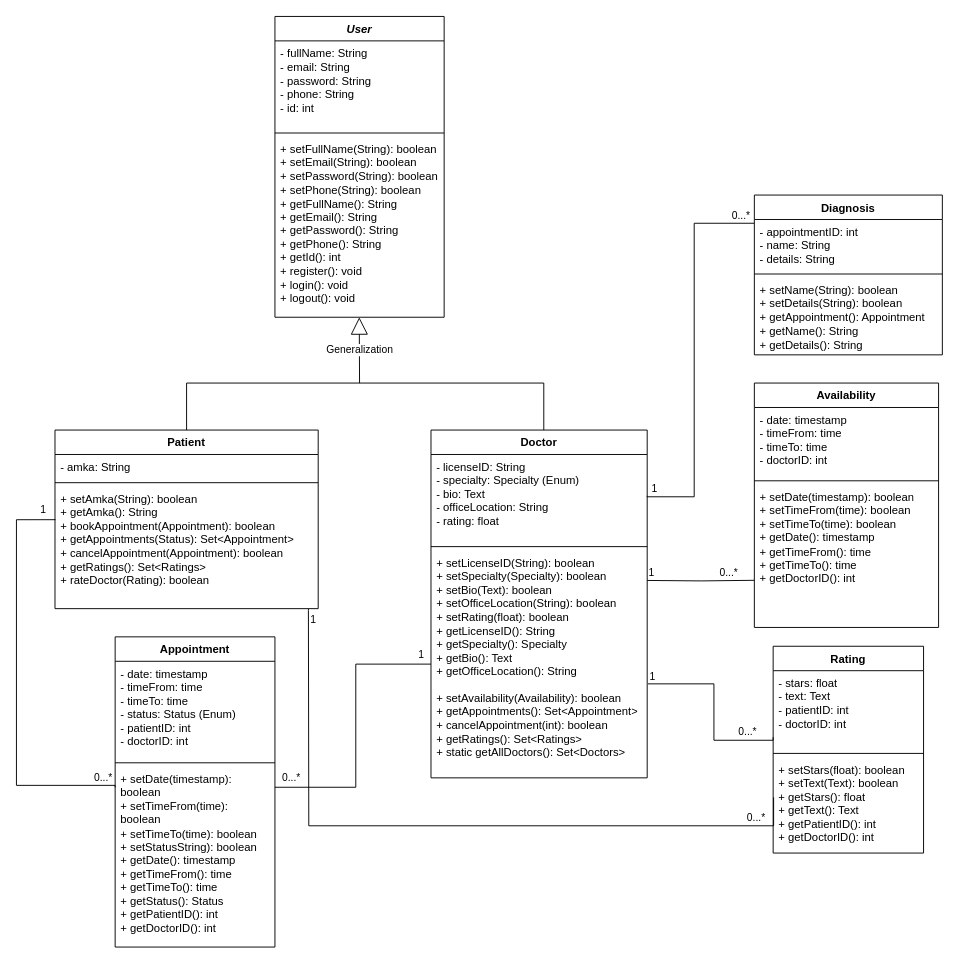
Earlier version of the draw.io diagram diagrams/Class_Diagram1.drawio (dimitry-lzs/seBackend). Source tidied: cells renumbered, new cells numbered last; positions are measured from the earlier drawing's top-left corner, leaving out a move shared by most shapes. Both pictures are drawn from the tidied source at 94%, with x=0, y=0 at pixel (16, 16).
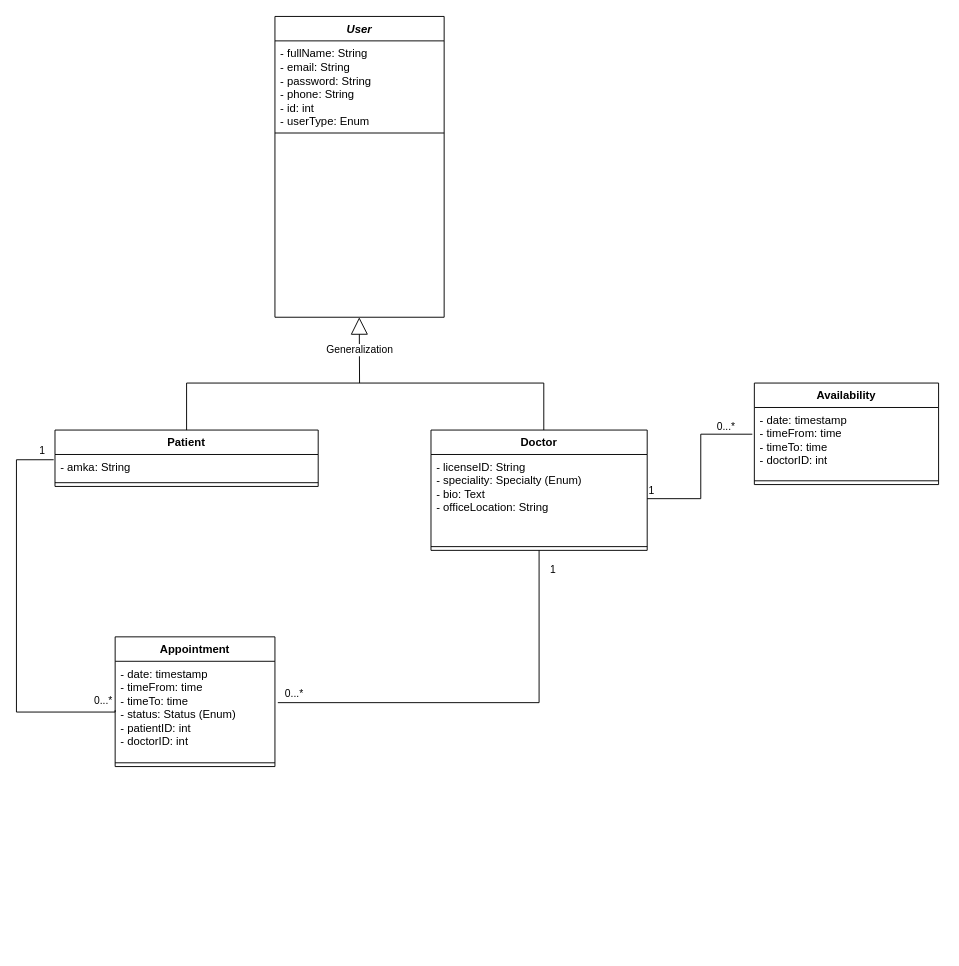
Above is the later version.

Commit message (it also covers changes not shown here):
remove some classes from early versions

Unchanged cells that the change refers to:
```xml
<mxCell id="2" value="&lt;i&gt;User&lt;/i&gt;" style="swimlane;fontStyle=1;align=center;verticalAlign=top;horizontal=1;startSize=26;whiteSpace=wrap;html=1;" parent="1" vertex="1">
  <mxGeometry x="275" width="180" height="320" as="geometry" />
</mxCell>
<mxCell id="11" value="- amka: String" style="text;strokeColor=none;fillColor=none;align=left;verticalAlign=top;spacingLeft=4;spacingRight=4;overflow=hidden;points=[[0,0.5],[1,0.5]];portConstraint=eastwest;whiteSpace=wrap;html=1;" parent="10" vertex="1">
  <mxGeometry y="26" width="280" height="26" as="geometry" />
</mxCell>
<mxCell id="15" value="- date: timestamp&lt;div&gt;- timeFrom: time&lt;/div&gt;&lt;div&gt;- timeTo: time&lt;/div&gt;&lt;div&gt;- status: Status (Enum)&lt;/div&gt;&lt;div&gt;- patientID: int&lt;/div&gt;&lt;div&gt;- doctorID: int&amp;nbsp;&lt;/div&gt;" style="text;strokeColor=none;fillColor=none;align=left;verticalAlign=top;spacingLeft=4;spacingRight=4;overflow=hidden;points=[[0,0.5],[1,0.5]];portConstraint=eastwest;whiteSpace=wrap;html=1;" parent="14" vertex="1">
  <mxGeometry y="26" width="170" height="104" as="geometry" />
</mxCell>
<mxCell id="19" value="- date: timestamp&lt;div&gt;- timeFrom: time&lt;/div&gt;&lt;div&gt;- timeTo: time&lt;/div&gt;&lt;div&gt;- doctorID: int&lt;/div&gt;" style="text;strokeColor=none;fillColor=none;align=left;verticalAlign=top;spacingLeft=4;spacingRight=4;overflow=hidden;points=[[0,0.5],[1,0.5]];portConstraint=eastwest;whiteSpace=wrap;html=1;" parent="18" vertex="1">
  <mxGeometry y="26" width="196" height="74" as="geometry" />
</mxCell>
```

The edit, as a diff of the source:
```diff
@@
-    <mxCell id="3" value="- fullName: String&lt;div&gt;- email: String&lt;/div&gt;&lt;div&gt;- password: String&lt;/div&gt;&lt;div&gt;- phone: String&lt;/div&gt;&lt;div&gt;- id: int&lt;/div&gt;" style="text;strokeColor=none;fillColor=none;align=left;verticalAlign=top;spacingLeft=4;spacingRight=4;overflow=hidden;whiteSpace=wrap;html=1;" parent="2" vertex="1">
+    <mxCell id="3" value="- fullName: String&lt;div&gt;- email: String&lt;/div&gt;&lt;div&gt;- password: String&lt;/div&gt;&lt;div&gt;- phone: String&lt;/div&gt;&lt;div&gt;- id: int&lt;/div&gt;&lt;div&gt;- userType: Enum&lt;/div&gt;" style="text;strokeColor=none;fillColor=none;align=left;verticalAlign=top;spacingLeft=4;spacingRight=4;overflow=hidden;whiteSpace=wrap;html=1;" parent="2" vertex="1">
       <mxGeometry y="26" width="180" height="94" as="geometry" />
     </mxCell>
@@
-    <mxCell id="5" value="&lt;div&gt;+ setFullName(String): boolean&lt;/div&gt;&lt;div&gt;&lt;div&gt;+ setEmail(String): boolean&lt;/div&gt;&lt;/div&gt;&lt;div&gt;&lt;div&gt;+ setPassword(String): boolean&lt;/div&gt;&lt;/div&gt;&lt;div&gt;&lt;div&gt;+ setPhone(String): boolean&lt;/div&gt;&lt;/div&gt;&lt;div&gt;&lt;div&gt;+ getFullName(): String&lt;/div&gt;&lt;div&gt;+ getEmail(): String&lt;/div&gt;&lt;div&gt;+ getPassword(): String&lt;/div&gt;&lt;div&gt;+ getPhone(): String&lt;/div&gt;&lt;/div&gt;&lt;div&gt;+ getId(): int&lt;/div&gt;+ register(): void&lt;div&gt;&lt;div&gt;&lt;div&gt;+ login(): void&lt;div&gt;+ logout(): void&lt;div&gt;&lt;br&gt;&lt;/div&gt;&lt;/div&gt;&lt;/div&gt;&lt;/div&gt;&lt;/div&gt;" style="text;strokeColor=none;fillColor=none;align=left;verticalAlign=top;spacingLeft=4;spacingRight=4;overflow=hidden;whiteSpace=wrap;html=1;" parent="2" vertex="1">
+    <mxCell id="5" value="&lt;div&gt;&lt;br&gt;&lt;/div&gt;" style="text;strokeColor=none;fillColor=none;align=left;verticalAlign=top;spacingLeft=4;spacingRight=4;overflow=hidden;whiteSpace=wrap;html=1;" parent="2" vertex="1">
       <mxGeometry y="128" width="180" height="192" as="geometry" />
     </mxCell>
     <mxCell id="6" value="Doctor" style="swimlane;fontStyle=1;align=center;verticalAlign=top;horizontal=1;startSize=26;whiteSpace=wrap;html=1;" parent="1" vertex="1">
-      <mxGeometry x="441" y="440" width="230" height="370" as="geometry" />
+      <mxGeometry x="441" y="440" width="230" height="128" as="geometry" />
     </mxCell>
-    <mxCell id="7" value="- licenseID: String&lt;div&gt;- specialty: Specialty (Enum)&lt;/div&gt;&lt;div&gt;- bio: Text&lt;/div&gt;&lt;div&gt;- officeLocation: String&lt;/div&gt;&lt;div&gt;- rating: float&lt;/div&gt;" style="text;strokeColor=none;fillColor=none;align=left;verticalAlign=top;spacingLeft=4;spacingRight=4;overflow=hidden;points=[[0,0.5],[1,0.5]];portConstraint=eastwest;whiteSpace=wrap;html=1;" parent="6" vertex="1">
+    <mxCell id="7" value="- licenseID: String&lt;div&gt;- speciality: Specialty (Enum)&lt;/div&gt;&lt;div&gt;- bio: Text&lt;/div&gt;&lt;div&gt;- officeLocation: String&lt;/div&gt;" style="text;strokeColor=none;fillColor=none;align=left;verticalAlign=top;spacingLeft=4;spacingRight=4;overflow=hidden;points=[[0,0.5],[1,0.5]];portConstraint=eastwest;whiteSpace=wrap;html=1;" parent="6" vertex="1">
       <mxGeometry y="26" width="230" height="94" as="geometry" />
     </mxCell>
@@
-    <mxCell id="9" value="&lt;div&gt;&lt;div&gt;+ setLicenseID(String): boolean&lt;/div&gt;&lt;div&gt;+ setSpecialty(Specialty): boolean&lt;/div&gt;&lt;div&gt;+ setBio(Text):&amp;nbsp;&lt;span style=&quot;background-color: transparent; color: light-dark(rgb(0, 0, 0), rgb(255, 255, 255));&quot;&gt;boolean&lt;/span&gt;&lt;/div&gt;&lt;div&gt;+ setOfficeLocation(String):&amp;nbsp;&lt;span style=&quot;background-color: transparent; color: light-dark(rgb(0, 0, 0), rgb(255, 255, 255));&quot;&gt;boolean&lt;/span&gt;&lt;/div&gt;&lt;div&gt;+ setRating(float):&amp;nbsp;&lt;span style=&quot;background-color: transparent; color: light-dark(rgb(0, 0, 0), rgb(255, 255, 255));&quot;&gt;boolean&lt;/span&gt;&lt;/div&gt;&lt;div&gt;&lt;div&gt;+ getLicenseID(): String&lt;/div&gt;&lt;div&gt;+ getSpecialty(): Specialty&lt;/div&gt;&lt;div&gt;+ getBio(): Text&lt;/div&gt;&lt;div&gt;+ getOfficeLocation(): String&lt;/div&gt;&lt;/div&gt;&lt;/div&gt;&lt;div&gt;&lt;br&gt;&lt;/div&gt;+ setAvailability(Availability): boolean&lt;div&gt;&lt;span style=&quot;background-color: transparent; color: light-dark(rgb(0, 0, 0), rgb(255, 255, 255));&quot;&gt;+ getAppointments(): Set&amp;lt;Appointment&amp;gt;&lt;/span&gt;&lt;div&gt;&lt;div&gt;+ cancelAppointment(int): boolean&lt;/div&gt;&lt;div&gt;+ getRatings(): Set&amp;lt;Ratings&amp;gt;&lt;/div&gt;&lt;/div&gt;&lt;/div&gt;&lt;div&gt;+ static getAll&lt;span style=&quot;background-color: transparent; color: light-dark(rgb(0, 0, 0), rgb(255, 255, 255));&quot;&gt;Doctors(): Set&amp;lt;Doctors&amp;gt;&lt;/span&gt;&lt;/div&gt;" style="text;strokeColor=none;fillColor=none;align=left;verticalAlign=top;spacingLeft=4;spacingRight=4;overflow=hidden;points=[[0,0.5],[1,0.5]];portConstraint=eastwest;whiteSpace=wrap;html=1;" parent="6" vertex="1">
-      <mxGeometry y="128" width="230" height="242" as="geometry" />
-    </mxCell>
     <mxCell id="10" value="Patient" style="swimlane;fontStyle=1;align=center;verticalAlign=top;horizontal=1;startSize=26;whiteSpace=wrap;html=1;" parent="1" vertex="1">
-      <mxGeometry x="41" y="440" width="280" height="190" as="geometry" />
+      <mxGeometry x="41" y="440" width="280" height="60" as="geometry" />
     </mxCell>
@@
-    <mxCell id="13" value="&lt;div&gt;&lt;div&gt;&lt;span style=&quot;background-color: transparent; color: light-dark(rgb(0, 0, 0), rgb(255, 255, 255));&quot;&gt;+ setAmka(String): boolean&lt;/span&gt;&lt;/div&gt;&lt;div&gt;&lt;div&gt;+ getAmka(): String&lt;/div&gt;&lt;/div&gt;&lt;/div&gt;&lt;div&gt;+ bookAppointment(Appointment): boolean&lt;/div&gt;&lt;div&gt;+ getAppointments(Status): Set&amp;lt;Appointment&amp;gt;&amp;nbsp;&lt;span style=&quot;white-space: pre;&quot;&gt;&#9;&lt;/span&gt;&lt;/div&gt;&lt;div&gt;&lt;div&gt;+ cancelAppointment(Appointment): boolean&lt;/div&gt;&lt;/div&gt;&lt;div&gt;&lt;span style=&quot;background-color: transparent; color: light-dark(rgb(0, 0, 0), rgb(255, 255, 255));&quot;&gt;+ getRatings(): Set&amp;lt;Ratings&amp;gt;&amp;nbsp;&lt;/span&gt;&lt;/div&gt;&lt;div&gt;+ rateDoctor(Rating): boolean&lt;/div&gt;" style="text;strokeColor=none;fillColor=none;align=left;verticalAlign=top;spacingLeft=4;spacingRight=4;overflow=hidden;points=[[0,0.5],[1,0.5]];portConstraint=eastwest;whiteSpace=wrap;html=1;" parent="10" vertex="1">
-      <mxGeometry y="60" width="280" height="130" as="geometry" />
-    </mxCell>
     <mxCell id="14" value="Appointment" style="swimlane;fontStyle=1;align=center;verticalAlign=top;horizontal=1;startSize=26;whiteSpace=wrap;html=1;" parent="1" vertex="1">
-      <mxGeometry x="105" y="660" width="170" height="330" as="geometry" />
+      <mxGeometry x="105" y="660" width="170" height="138" as="geometry" />
     </mxCell>
@@
-    <mxCell id="17" value="&lt;div&gt;+ setDate(timestamp): boolean&lt;/div&gt;&lt;div&gt;+ setTimeFrom(time): boolean&lt;/div&gt;&lt;div&gt;+ setTimeTo(time): boolean&lt;/div&gt;&lt;div&gt;+ setStatusString): boolean&lt;/div&gt;&lt;div&gt;&lt;div&gt;+ getDate(): timestamp&lt;/div&gt;&lt;/div&gt;&lt;div&gt;&lt;div&gt;+ getTimeFrom(): time&lt;/div&gt;&lt;/div&gt;&lt;div&gt;&lt;div&gt;+ getTimeTo(): time&lt;/div&gt;&lt;div&gt;+ getStatus(): Status&lt;/div&gt;&lt;div&gt;+ getPatientID(): int&lt;/div&gt;&lt;div&gt;+ getDoctorID(): int&lt;/div&gt;&lt;/div&gt;" style="text;strokeColor=none;fillColor=none;align=left;verticalAlign=top;spacingLeft=4;spacingRight=4;overflow=hidden;whiteSpace=wrap;html=1;" parent="14" vertex="1">
-      <mxGeometry y="138" width="170" height="192" as="geometry" />
-    </mxCell>
     <mxCell id="18" value="Availability" style="swimlane;fontStyle=1;align=center;verticalAlign=top;horizontal=1;startSize=26;whiteSpace=wrap;html=1;" parent="1" vertex="1">
-      <mxGeometry x="785" y="390" width="196" height="260" as="geometry" />
+      <mxGeometry x="785" y="390" width="196" height="108" as="geometry" />
     </mxCell>
@@
-    <mxCell id="21" value="&lt;div&gt;+ setDate(timestamp): boolean&lt;/div&gt;&lt;div&gt;+ setTimeFrom(time): boolean&lt;/div&gt;&lt;div&gt;+ setTimeTo(time): boolean&lt;/div&gt;&lt;div&gt;+ getDate(): timestamp&lt;/div&gt;&lt;div&gt;+ getTimeFrom(): time&lt;/div&gt;&lt;div&gt;&lt;div&gt;+ getTimeTo(): time&lt;/div&gt;&lt;div&gt;+ getDoctorID(): int&lt;/div&gt;&lt;/div&gt;" style="text;strokeColor=none;fillColor=none;align=left;verticalAlign=top;spacingLeft=4;spacingRight=4;overflow=hidden;points=[[0,0.5],[1,0.5]];portConstraint=eastwest;whiteSpace=wrap;html=1;" parent="18" vertex="1">
-      <mxGeometry y="108" width="196" height="152" as="geometry" />
-    </mxCell>
-    <mxCell id="22" value="Rating" style="swimlane;fontStyle=1;align=center;verticalAlign=top;horizontal=1;startSize=26;whiteSpace=wrap;html=1;" parent="1" vertex="1">
-      <mxGeometry x="805" y="670" width="160" height="220" as="geometry" />
-    </mxCell>
-    <mxCell id="23" value="- stars: float&lt;div&gt;- text: Text&lt;/div&gt;&lt;div&gt;- patientID: int&lt;/div&gt;&lt;div&gt;- doctorID: int&lt;/div&gt;" style="text;strokeColor=none;fillColor=none;align=left;verticalAlign=top;spacingLeft=4;spacingRight=4;overflow=hidden;whiteSpace=wrap;html=1;" parent="22" vertex="1">
-      <mxGeometry y="26" width="160" height="84" as="geometry" />
-    </mxCell>
-    <mxCell id="24" style="line;strokeWidth=1;fillColor=none;align=left;verticalAlign=middle;spacingTop=-1;spacingLeft=3;spacingRight=3;labelPosition=right;strokeColor=inherit;" parent="22" vertex="1">
-      <mxGeometry y="110" width="160" height="8" as="geometry" />
-    </mxCell>
-    <mxCell id="25" value="&lt;div&gt;&lt;span style=&quot;background-color: transparent; color: light-dark(rgb(0, 0, 0), rgb(255, 255, 255));&quot;&gt;+ setStars(float): boolean&lt;/span&gt;&lt;/div&gt;&lt;div&gt;+ setText(Text): boolean&lt;/div&gt;&lt;div&gt;&lt;div&gt;+ getStars(): float&lt;/div&gt;&lt;div&gt;&lt;/div&gt;&lt;/div&gt;&lt;div&gt;&lt;div&gt;+ getText(): Text&lt;/div&gt;&lt;div&gt;+ getPatientID(): int&lt;/div&gt;&lt;div&gt;+ getDoctorID(): int&lt;/div&gt;&lt;/div&gt;" style="text;strokeColor=none;fillColor=none;align=left;verticalAlign=top;spacingLeft=4;spacingRight=4;overflow=hidden;points=[[0,0.5],[1,0.5]];portConstraint=eastwest;whiteSpace=wrap;html=1;" parent="22" vertex="1">
-      <mxGeometry y="118" width="160" height="102" as="geometry" />
-    </mxCell>
-    <mxCell id="26" value="Diagnosis" style="swimlane;fontStyle=1;align=center;verticalAlign=top;horizontal=1;startSize=26;whiteSpace=wrap;html=1;" parent="1" vertex="1">
-      <mxGeometry x="785" y="190" width="200" height="170" as="geometry" />
-    </mxCell>
-    <mxCell id="27" value="- appointmentID: int&lt;div&gt;- name: String&lt;/div&gt;&lt;div&gt;- details: String&lt;/div&gt;" style="text;strokeColor=none;fillColor=none;align=left;verticalAlign=top;spacingLeft=4;spacingRight=4;overflow=hidden;points=[[0,0.5],[1,0.5]];portConstraint=eastwest;whiteSpace=wrap;html=1;" parent="26" vertex="1">
-      <mxGeometry y="26" width="200" height="54" as="geometry" />
-    </mxCell>
-    <mxCell id="28" style="line;strokeWidth=1;fillColor=none;align=left;verticalAlign=middle;spacingTop=-1;spacingLeft=3;spacingRight=3;labelPosition=right;strokeColor=inherit;" parent="26" vertex="1">
-      <mxGeometry y="80" width="200" height="8" as="geometry" />
-    </mxCell>
-    <mxCell id="29" value="&lt;div&gt;&lt;span style=&quot;background-color: transparent; color: light-dark(rgb(0, 0, 0), rgb(255, 255, 255));&quot;&gt;+ setName(String): boolean&lt;/span&gt;&lt;/div&gt;&lt;div&gt;+ setDetails(String): boolean&lt;/div&gt;&lt;div&gt;&lt;div&gt;+ getAppointment(): Appointment&lt;/div&gt;&lt;div&gt;+ getName(): String&lt;/div&gt;&lt;div&gt;+ getDetails(): String&lt;/div&gt;&lt;/div&gt;" style="text;strokeColor=none;fillColor=none;align=left;verticalAlign=top;spacingLeft=4;spacingRight=4;overflow=hidden;whiteSpace=wrap;html=1;" parent="26" vertex="1">
-      <mxGeometry y="88" width="200" height="82" as="geometry" />
-    </mxCell>
@@
-    <mxCell id="34" style="endArrow=none;html=1;edgeStyle=orthogonalEdgeStyle;rounded=0;entryX=0;entryY=0.5;entryDx=0;entryDy=0;" parent="1" edge="1" target="9">
+    <mxCell id="34" style="endArrow=none;html=1;edgeStyle=orthogonalEdgeStyle;rounded=0;entryX=0.5;entryY=1;entryDx=0;entryDy=0;exitX=1.018;exitY=0.423;exitDx=0;exitDy=0;exitPerimeter=0;" parent="1" edge="1" source="15" target="6">
       <mxGeometry relative="1" as="geometry">
-        <mxPoint x="275" y="820" as="sourcePoint" />
         <Array as="points">
-          <mxPoint x="361" y="820" />
-          <mxPoint x="361" y="689" />
+          <mxPoint x="556" y="730" />
         </Array>
       </mxGeometry>
     </mxCell>
@@
     <mxCell id="36" value="1" style="edgeLabel;html=1;align=left;verticalAlign=bottom;" parent="1" vertex="1">
-      <mxGeometry x="411" y="640" as="geometry">
+      <mxGeometry x="551" y="550" as="geometry">
         <mxPoint x="15" y="47" as="offset" />
       </mxGeometry>
     </mxCell>
-    <mxCell id="37" style="endArrow=none;html=1;edgeStyle=orthogonalEdgeStyle;rounded=0;entryX=0.002;entryY=0.272;entryDx=0;entryDy=0;entryPerimeter=0;exitX=0.005;exitY=0.541;exitDx=0;exitDy=0;exitPerimeter=0;" parent="1" edge="1" target="13">
+    <mxCell id="37" style="endArrow=none;html=1;edgeStyle=orthogonalEdgeStyle;rounded=0;entryX=-0.005;entryY=0.215;entryDx=0;entryDy=0;entryPerimeter=0;exitX=0;exitY=0.5;exitDx=0;exitDy=0;" parent="1" edge="1" source="15" target="11">
       <mxGeometry relative="1" as="geometry">
-        <mxPoint x="105" y="820.1" as="sourcePoint" />
         <Array as="points">
-          <mxPoint x="105" y="818" />
-          <mxPoint y="818" />
-          <mxPoint y="535" />
+          <mxPoint x="105" y="740" />
+          <mxPoint y="740" />
+          <mxPoint y="472" />
         </Array>
       </mxGeometry>
     </mxCell>
@@
-    <mxCell id="40" style="endArrow=none;html=1;edgeStyle=orthogonalEdgeStyle;rounded=0;" parent="1" edge="1" target="27">
-      <mxGeometry relative="1" as="geometry">
-        <mxPoint x="671" y="510" as="sourcePoint" />
-        <Array as="points">
-          <mxPoint x="671" y="511" />
-          <mxPoint x="721" y="511" />
-          <mxPoint x="721" y="220" />
-        </Array>
-      </mxGeometry>
-    </mxCell>
-    <mxCell id="41" value="&amp;nbsp;1" style="edgeLabel;html=1;align=left;verticalAlign=bottom;" parent="40" vertex="1">
-      <mxGeometry x="-1" relative="1" as="geometry" />
-    </mxCell>
-    <mxCell id="42" value="0...*" style="edgeLabel;html=1;align=right;verticalAlign=bottom;" parent="40" vertex="1">
-      <mxGeometry x="1" relative="1" as="geometry">
-        <mxPoint x="-4" as="offset" />
-      </mxGeometry>
-    </mxCell>
-    <mxCell id="43" style="endArrow=none;html=1;edgeStyle=orthogonalEdgeStyle;rounded=0;entryX=0;entryY=0.67;entryDx=0;entryDy=0;entryPerimeter=0;" parent="1" edge="1" target="21">
-      <mxGeometry relative="1" as="geometry">
-        <mxPoint x="671" y="600" as="sourcePoint" />
-      </mxGeometry>
+    <mxCell id="43" style="endArrow=none;html=1;edgeStyle=orthogonalEdgeStyle;rounded=0;entryX=-0.011;entryY=0.384;entryDx=0;entryDy=0;entryPerimeter=0;exitX=1;exitY=0.5;exitDx=0;exitDy=0;" parent="1" edge="1" source="7" target="19">
+      <mxGeometry relative="1" as="geometry" />
     </mxCell>
@@
-    <mxCell id="46" style="endArrow=none;html=1;edgeStyle=orthogonalEdgeStyle;rounded=0;entryX=-0.005;entryY=0.484;entryDx=0;entryDy=0;entryPerimeter=0;strokeColor=default;" parent="1" edge="1">
-      <mxGeometry relative="1" as="geometry">
-        <mxPoint x="671.8" y="710" as="sourcePoint" />
-        <mxPoint x="805" y="766.7" as="targetPoint" />
-        <Array as="points">
-          <mxPoint x="742" y="710" />
-          <mxPoint x="742" y="770" />
-          <mxPoint x="805" y="770" />
-        </Array>
-      </mxGeometry>
-    </mxCell>
-    <mxCell id="47" value="1" style="edgeLabel;html=1;align=left;verticalAlign=bottom;" parent="46" vertex="1">
-      <mxGeometry x="-1" relative="1" as="geometry" />
-    </mxCell>
-    <mxCell id="48" value="0...*&amp;nbsp;" style="edgeLabel;html=1;align=right;verticalAlign=bottom;" parent="46" vertex="1">
-      <mxGeometry x="1" relative="1" as="geometry">
-        <mxPoint x="-14" y="3" as="offset" />
-      </mxGeometry>
-    </mxCell>
-    <mxCell id="49" style="endArrow=open;endFill=1;endSize=12;html=1;rounded=0;" parent="1" edge="1">
-      <mxGeometry relative="1" as="geometry">
-        <mxPoint x="801" y="770" as="sourcePoint" />
-        <mxPoint x="801" y="770" as="targetPoint" />
-      </mxGeometry>
-    </mxCell>
-    <mxCell id="50" style="endArrow=none;html=1;edgeStyle=orthogonalEdgeStyle;exitX=0.963;exitY=1.002;exitDx=0;exitDy=0;exitPerimeter=0;entryX=0.003;entryY=0.42;entryDx=0;entryDy=0;entryPerimeter=0;rounded=0;curved=0;" parent="1" edge="1" source="13" target="25">
-      <mxGeometry relative="1" as="geometry">
-        <Array as="points">
-          <mxPoint x="311" y="632" />
-          <mxPoint x="311" y="632" />
-          <mxPoint x="311" y="861" />
-        </Array>
-      </mxGeometry>
-    </mxCell>
-    <mxCell id="51" value="1" style="edgeLabel;html=1;align=left;verticalAlign=bottom;" parent="50" vertex="1">
-      <mxGeometry x="-1" relative="1" as="geometry">
-        <mxPoint y="20" as="offset" />
-      </mxGeometry>
-    </mxCell>
-    <mxCell id="52" value="&lt;span style=&quot;color: rgb(0, 0, 0); text-align: left;&quot;&gt;0...*&lt;/span&gt;" style="edgeLabel;html=1;align=right;verticalAlign=bottom;" parent="50" vertex="1">
-      <mxGeometry x="1" relative="1" as="geometry">
-        <mxPoint x="-8" y="29" as="offset" />
-      </mxGeometry>
-    </mxCell>
```
